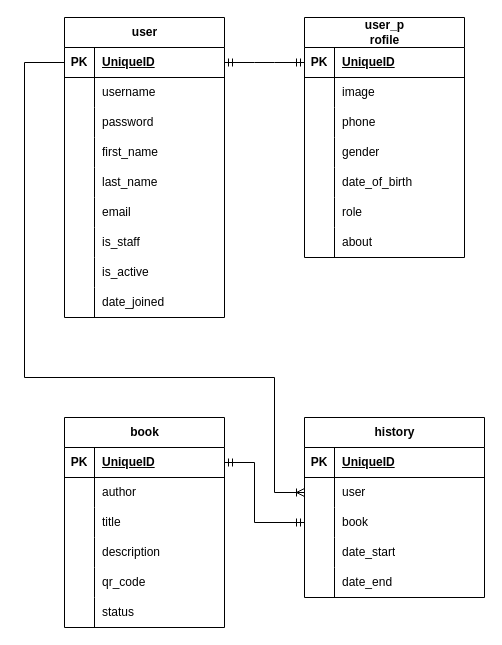
This is miran/miran.drawio from Sanch13/miran, a draw.io file, before an edit. Source tidied: cells renumbered, new cells numbered last; positions are measured from the earlier drawing's top-left corner, leaving out a move shared by most shapes. Both pictures are drawn from the tidied source at 100%, with x=0, y=0 at pixel (24, 17).
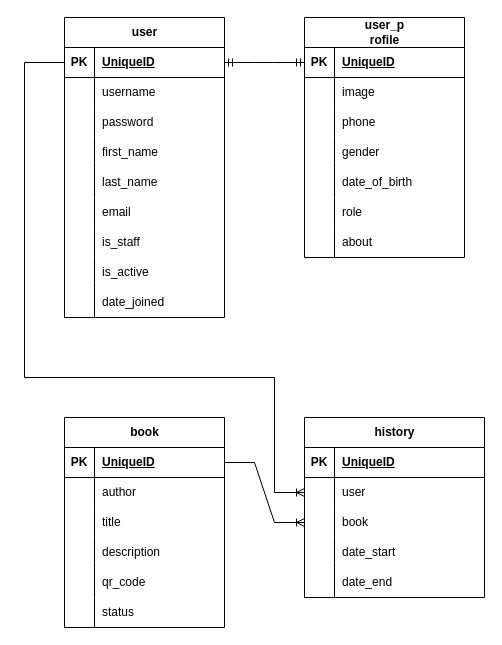
Above is the later version.

The change refers to these unchanged cells:
```xml
<mxCell id="53" style="shape=tableRow;horizontal=0;startSize=0;swimlaneHead=0;swimlaneBody=0;fillColor=none;points=[[0,0.5],[1,0.5]];portConstraint=eastwest;top=0;left=0;right=0;bottom=1;" parent="52" vertex="1">
  <mxGeometry y="30" width="160" height="30" as="geometry" />
</mxCell>
<mxCell id="79" style="shape=tableRow;horizontal=0;startSize=0;swimlaneHead=0;swimlaneBody=0;fillColor=none;points=[[0,0.5],[1,0.5]];portConstraint=eastwest;top=0;left=0;right=0;bottom=0;" parent="72" vertex="1">
  <mxGeometry y="90" width="180" height="30" as="geometry" />
</mxCell>
```

Change to the diagram source:
```diff
@@
-    <mxCell id="89" style="edgeStyle=elbowEdgeStyle;fontSize=12;html=1;endArrow=ERmandOne;startArrow=ERmandOne;rounded=0;exitX=0;exitY=0.5;exitDx=0;exitDy=0;entryX=1;entryY=0.5;entryDx=0;entryDy=0;" parent="1" edge="1" source="79" target="53">
-      <mxGeometry relative="1" as="geometry">
-        <Array as="points">
-          <mxPoint x="230" y="480" />
-        </Array>
-      </mxGeometry>
-    </mxCell>
+    <mxCell id="90" style="edgeStyle=entityRelationEdgeStyle;fontSize=12;html=1;endArrow=ERoneToMany;rounded=0;entryX=0;entryY=0.5;entryDx=0;entryDy=0;" parent="1" edge="1" source="53" target="79">
+      <mxGeometry relative="1" as="geometry">
+        <Array as="points">
+          <mxPoint x="210" y="440" />
+        </Array>
+      </mxGeometry>
+    </mxCell>
```
